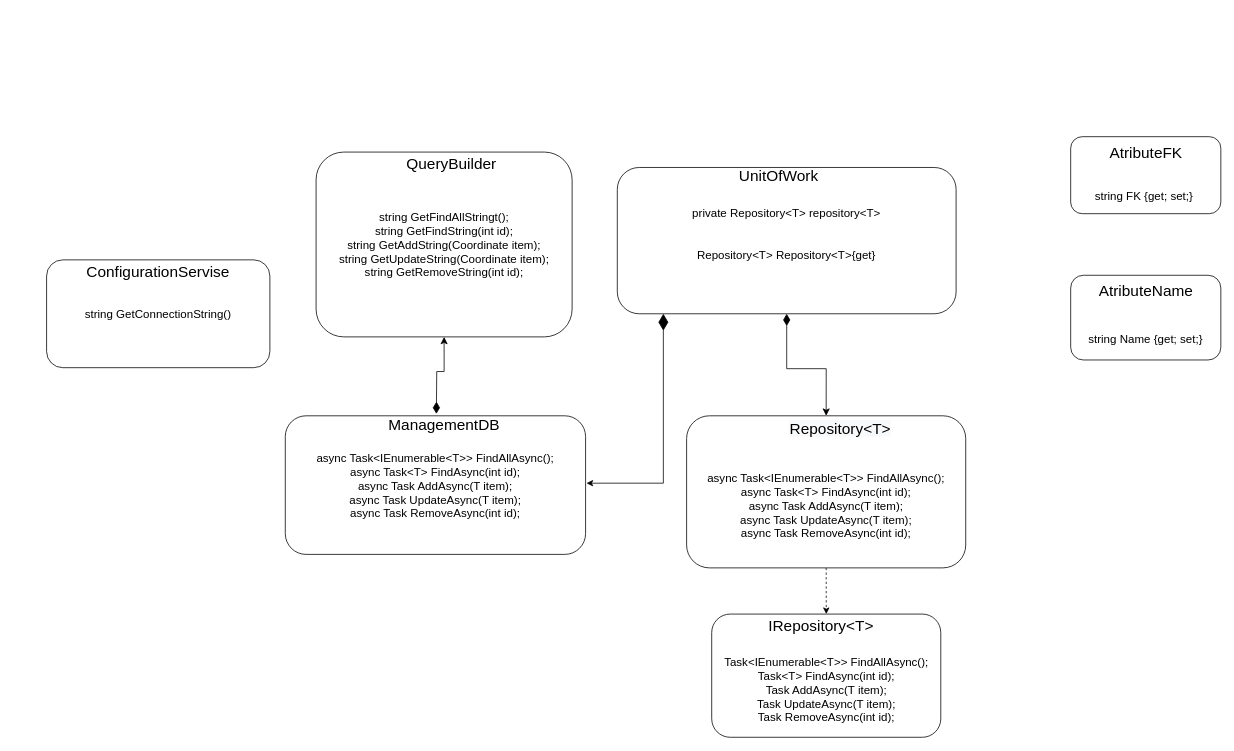
The draw.io diagram Untitled Diagram.drawio in kra5alllez/website, before the edit. Source tidied: cells renumbered, new cells numbered last; positions are measured from the earlier drawing's top-left corner, leaving out a move shared by most shapes. Both pictures are drawn from the tidied source at 77%, with x=0, y=0 at pixel (46, 136).
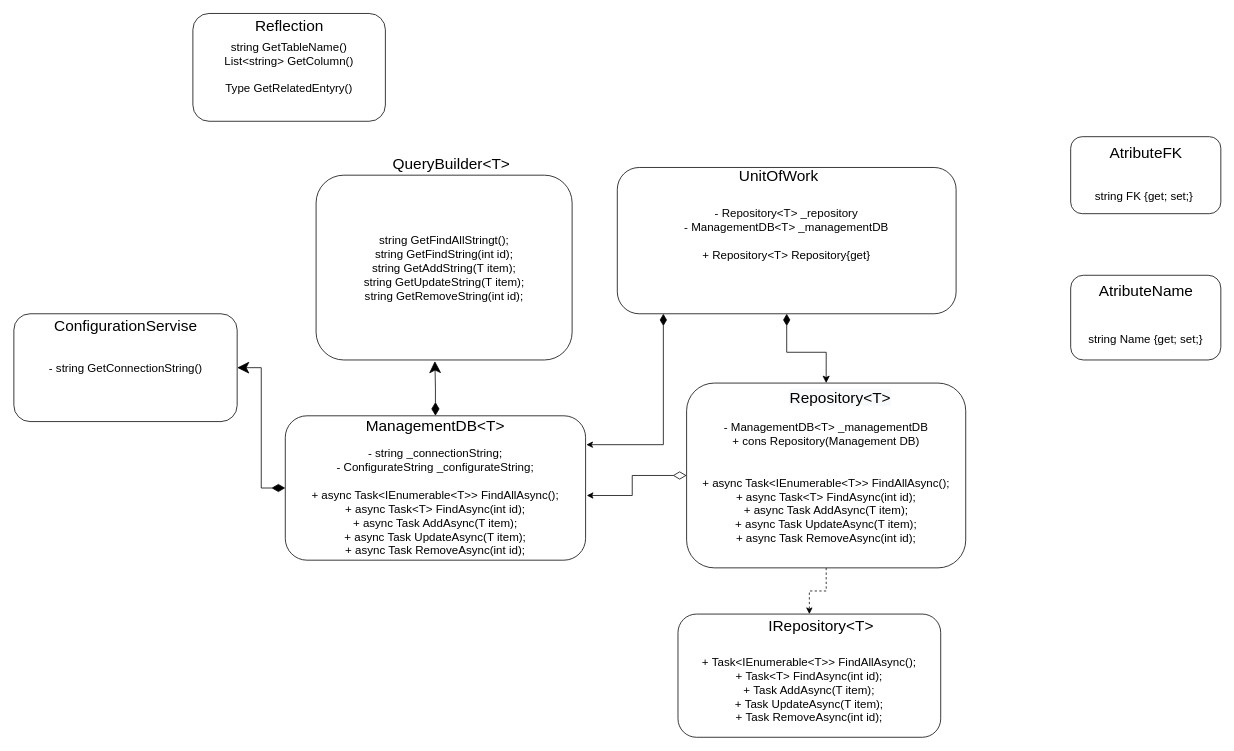
The same diagram, later.

Diff of the diagram source:
```diff
@@
-    <mxCell id="3" value="&lt;font style=&quot;font-size: 15px&quot;&gt;private Repository&amp;lt;T&amp;gt; repository&amp;lt;T&amp;gt;&lt;br&gt;&lt;/font&gt;&lt;span style=&quot;font-size: 15px&quot;&gt;&lt;br&gt;&lt;br&gt;&lt;/span&gt;&lt;font style=&quot;font-size: 15px&quot;&gt;Repository&amp;lt;T&amp;gt; Repository&amp;lt;T&amp;gt;{get}&lt;br&gt;&lt;/font&gt;&lt;span style=&quot;font-size: 15px&quot;&gt;&lt;br&gt;&lt;/span&gt;" style="rounded=1;whiteSpace=wrap;html=1;" parent="1" vertex="1">
+    <mxCell id="3" value="&lt;font style=&quot;font-size: 15px&quot;&gt;&lt;font style=&quot;font-size: 15px&quot;&gt;- Repository&amp;lt;T&amp;gt; _repository&lt;br&gt;&lt;/font&gt;- ManagementDB&amp;lt;T&amp;gt; _managementDB&lt;br&gt;&lt;font style=&quot;font-size: 15px&quot;&gt;&lt;br&gt;+ Repository&amp;lt;T&amp;gt; Repository{get}&lt;br&gt;&lt;/font&gt;&lt;/font&gt;&lt;span style=&quot;font-size: 15px&quot;&gt;&lt;br&gt;&lt;/span&gt;" style="rounded=1;whiteSpace=wrap;html=1;" parent="1" vertex="1">
       <mxGeometry x="741.2" y="40" width="440" height="190" as="geometry" />
     </mxCell>
-    <mxCell id="4" value="&lt;div&gt;&lt;div&gt;&lt;span style=&quot;font-size: 15px&quot;&gt;&lt;br&gt;&lt;/span&gt;&lt;/div&gt;&lt;div&gt;&lt;span style=&quot;font-size: 15px&quot;&gt;&lt;br&gt;&lt;/span&gt;&lt;/div&gt;&lt;div&gt;&lt;span style=&quot;font-size: 15px&quot;&gt;Task&amp;lt;IEnumerable&amp;lt;T&amp;gt;&amp;gt; FindAllAsync();&lt;/span&gt;&lt;/div&gt;&lt;div style=&quot;font-size: 15px&quot;&gt;Task&amp;lt;T&amp;gt; FindAsync(int id);&lt;/div&gt;&lt;div style=&quot;font-size: 15px&quot;&gt;Task AddAsync(T item);&lt;/div&gt;&lt;div style=&quot;font-size: 15px&quot;&gt;Task UpdateAsync(T item);&lt;/div&gt;&lt;div style=&quot;font-size: 15px&quot;&gt;Task RemoveAsync(int id);&lt;/div&gt;&lt;/div&gt;" style="rounded=1;whiteSpace=wrap;html=1;" parent="1" vertex="1">
-      <mxGeometry x="863.8" y="620" width="297.5" height="160" as="geometry" />
+    <mxCell id="4" value="&lt;div&gt;&lt;span style=&quot;font-size: 15px&quot;&gt;&lt;br&gt;&lt;/span&gt;&lt;/div&gt;&lt;div&gt;&lt;span style=&quot;font-size: 15px&quot;&gt;&lt;br&gt;&lt;/span&gt;&lt;/div&gt;&lt;div&gt;&lt;span style=&quot;font-size: 15px&quot;&gt;+&amp;nbsp;&lt;/span&gt;&lt;span style=&quot;font-size: 15px&quot;&gt;Task&amp;lt;IEnumerable&amp;lt;T&amp;gt;&amp;gt; FindAllAsync();&lt;/span&gt;&lt;/div&gt;&lt;span style=&quot;font-size: 15px&quot;&gt;+&amp;nbsp;&lt;/span&gt;&lt;span style=&quot;font-size: 15px&quot;&gt;Task&amp;lt;T&amp;gt; FindAsync(int id);&lt;/span&gt;&lt;span style=&quot;font-size: 15px&quot;&gt;&lt;br&gt;&lt;/span&gt;&lt;span style=&quot;font-size: 15px&quot;&gt;+&amp;nbsp;&lt;/span&gt;&lt;span style=&quot;font-size: 15px&quot;&gt;Task AddAsync(T item);&lt;/span&gt;&lt;span style=&quot;font-size: 15px&quot;&gt;&lt;br&gt;&lt;/span&gt;&lt;span style=&quot;font-size: 15px&quot;&gt;+&amp;nbsp;&lt;/span&gt;&lt;span style=&quot;font-size: 15px&quot;&gt;Task UpdateAsync(T item);&lt;/span&gt;&lt;span style=&quot;font-size: 15px&quot;&gt;&lt;br&gt;&lt;/span&gt;&lt;span style=&quot;font-size: 15px&quot;&gt;+&amp;nbsp;&lt;/span&gt;&lt;span style=&quot;font-size: 15px&quot;&gt;Task RemoveAsync(int id);&lt;/span&gt;&lt;span style=&quot;font-size: 15px&quot;&gt;&lt;br&gt;&lt;/span&gt;" style="rounded=1;whiteSpace=wrap;html=1;" parent="1" vertex="1">
+      <mxGeometry x="820" y="620" width="341.2" height="160" as="geometry" />
     </mxCell>
@@
-    <mxCell id="7" value="&lt;span style=&quot;font-size: 15px&quot;&gt;string GetFindAllStringt();&lt;/span&gt;&lt;br style=&quot;font-size: 15px&quot;&gt;&lt;span style=&quot;font-size: 15px&quot;&gt;string&lt;/span&gt;&lt;span style=&quot;font-size: 15px&quot;&gt;&amp;nbsp;GetFindString(int id);&lt;/span&gt;&lt;br style=&quot;font-size: 15px&quot;&gt;&lt;span style=&quot;font-size: 15px&quot;&gt;string GetAddString(&lt;/span&gt;&lt;span style=&quot;font-size: 15px&quot;&gt;Coordinate&lt;/span&gt;&lt;span style=&quot;font-size: 15px&quot;&gt;&amp;nbsp;item);&lt;/span&gt;&lt;br style=&quot;font-size: 15px&quot;&gt;&lt;span style=&quot;font-size: 15px&quot;&gt;string GetUpdateString(&lt;/span&gt;&lt;span style=&quot;font-size: 15px&quot;&gt;Coordinate&lt;/span&gt;&lt;span style=&quot;font-size: 15px&quot;&gt;&amp;nbsp;item);&lt;/span&gt;&lt;br style=&quot;font-size: 15px&quot;&gt;&lt;span style=&quot;font-size: 15px&quot;&gt;string GetRemoveString(int id);&lt;/span&gt;" style="rounded=1;whiteSpace=wrap;html=1;" parent="1" vertex="1">
-      <mxGeometry x="350" y="20" width="332.5" height="240" as="geometry" />
+    <mxCell id="7" value="&lt;span style=&quot;font-size: 15px&quot;&gt;string GetFindAllStringt();&lt;/span&gt;&lt;br style=&quot;font-size: 15px&quot;&gt;&lt;span style=&quot;font-size: 15px&quot;&gt;string&lt;/span&gt;&lt;span style=&quot;font-size: 15px&quot;&gt;&amp;nbsp;GetFindString(int id);&lt;/span&gt;&lt;br style=&quot;font-size: 15px&quot;&gt;&lt;span style=&quot;font-size: 15px&quot;&gt;string GetAddString(&lt;/span&gt;&lt;span style=&quot;font-size: 15px&quot;&gt;T&lt;/span&gt;&lt;span style=&quot;font-size: 15px&quot;&gt;&amp;nbsp;item);&lt;/span&gt;&lt;br style=&quot;font-size: 15px&quot;&gt;&lt;span style=&quot;font-size: 15px&quot;&gt;string GetUpdateString(&lt;/span&gt;&lt;span style=&quot;font-size: 15px&quot;&gt;T&lt;/span&gt;&lt;span style=&quot;font-size: 15px&quot;&gt;&amp;nbsp;item);&lt;/span&gt;&lt;br style=&quot;font-size: 15px&quot;&gt;&lt;span style=&quot;font-size: 15px&quot;&gt;string GetRemoveString(int id);&lt;/span&gt;" style="rounded=1;whiteSpace=wrap;html=1;" parent="1" vertex="1">
+      <mxGeometry x="350" y="50" width="332.5" height="240" as="geometry" />
     </mxCell>
-    <mxCell id="8" style="edgeStyle=orthogonalEdgeStyle;rounded=0;jettySize=auto;html=1;exitX=0.5;exitY=0;exitDx=0;exitDy=0;entryX=0.5;entryY=1;entryDx=0;entryDy=0;endArrow=classic;endFill=1;endSize=7;startArrow=diamondThin;startFill=1;startSize=13;" parent="1" edge="1" target="7">
-      <mxGeometry relative="1" as="geometry">
-        <mxPoint x="506.2" y="360" as="sourcePoint" />
-      </mxGeometry>
-    </mxCell>
-    <mxCell id="9" style="edgeStyle=orthogonalEdgeStyle;rounded=0;jettySize=auto;html=1;exitX=1;exitY=0.5;exitDx=0;exitDy=0;startArrow=classic;startFill=1;endArrow=diamondThin;endFill=1;endSize=19;" parent="1" edge="1" target="3">
+    <mxCell id="9" style="edgeStyle=orthogonalEdgeStyle;rounded=0;jettySize=auto;html=1;startArrow=classic;startFill=1;endArrow=diamondThin;endFill=1;endSize=13;" parent="1" edge="1" target="3">
       <mxGeometry relative="1" as="geometry">
-        <mxPoint x="701.2" y="450" as="sourcePoint" />
+        <mxPoint x="701" y="400" as="sourcePoint" />
         <Array as="points">
-          <mxPoint x="801" y="450" />
+          <mxPoint x="801" y="400" />
         </Array>
       </mxGeometry>
     </mxCell>
+    <mxCell id="22" style="edgeStyle=orthogonalEdgeStyle;rounded=0;jettySize=auto;html=1;exitX=0;exitY=0.5;exitDx=0;exitDy=0;startArrow=diamondThin;startFill=1;endArrow=classic;endFill=1;startSize=15;endSize=13;" parent="1" edge="1" source="10" target="20">
+      <mxGeometry relative="1" as="geometry" />
+    </mxCell>
+    <mxCell id="23" style="edgeStyle=orthogonalEdgeStyle;rounded=0;jettySize=auto;html=1;exitX=0.5;exitY=0;exitDx=0;exitDy=0;entryX=0.464;entryY=1.006;entryDx=0;entryDy=0;entryPerimeter=0;startArrow=diamondThin;startFill=1;endArrow=classic;endFill=1;startSize=15;endSize=13;" parent="1" edge="1" source="10" target="7">
+      <mxGeometry relative="1" as="geometry" />
+    </mxCell>
-    <mxCell id="10" value="&lt;div&gt;&lt;span style=&quot;font-size: 15px&quot;&gt;async Task&amp;lt;IEnumerable&amp;lt;T&amp;gt;&amp;gt; FindAllAsync();&lt;/span&gt;&lt;/div&gt;&lt;font&gt;&lt;div style=&quot;font-size: 15px&quot;&gt;async Task&amp;lt;T&amp;gt; FindAsync(int id);&lt;/div&gt;&lt;div style=&quot;font-size: 15px&quot;&gt;async Task AddAsync(T item);&lt;/div&gt;&lt;div style=&quot;font-size: 15px&quot;&gt;async Task UpdateAsync(T item);&lt;/div&gt;&lt;div style=&quot;font-size: 15px&quot;&gt;async Task RemoveAsync(int id);&lt;/div&gt;&lt;/font&gt;" style="rounded=1;whiteSpace=wrap;html=1;" parent="1" vertex="1">
-      <mxGeometry x="310" y="362.5" width="390" height="180" as="geometry" />
+    <mxCell id="10" value="&lt;span style=&quot;font-size: 15px&quot;&gt;&lt;br&gt;&lt;br&gt;- string _connectionString;&lt;br&gt;- C&lt;/span&gt;&lt;span style=&quot;font-size: 15px&quot;&gt;onfigurateString&lt;/span&gt;&lt;span style=&quot;font-size: 15px&quot;&gt;&amp;nbsp;_configurateString;&lt;br&gt;&lt;br&gt;+&amp;nbsp;&lt;/span&gt;&lt;span style=&quot;font-size: 15px&quot;&gt;async Task&amp;lt;IEnumerable&amp;lt;T&amp;gt;&amp;gt; FindAllAsync();&lt;/span&gt;&lt;span style=&quot;font-size: 15px&quot;&gt;&lt;br&gt;&lt;/span&gt;&lt;font&gt;&lt;span style=&quot;font-size: 15px&quot;&gt;+&amp;nbsp;&lt;/span&gt;&lt;span style=&quot;font-size: 15px&quot;&gt;async Task&amp;lt;T&amp;gt; FindAsync(int id);&lt;/span&gt;&lt;span style=&quot;font-size: 15px&quot;&gt;&lt;br&gt;&lt;/span&gt;&lt;span style=&quot;font-size: 15px&quot;&gt;+&amp;nbsp;&lt;/span&gt;&lt;span style=&quot;font-size: 15px&quot;&gt;async Task AddAsync(T item);&lt;/span&gt;&lt;span style=&quot;font-size: 15px&quot;&gt;&lt;br&gt;&lt;/span&gt;&lt;span style=&quot;font-size: 15px&quot;&gt;+&amp;nbsp;&lt;/span&gt;&lt;span style=&quot;font-size: 15px&quot;&gt;async Task UpdateAsync(T item);&lt;/span&gt;&lt;span style=&quot;font-size: 15px&quot;&gt;&lt;br&gt;&lt;/span&gt;&lt;span style=&quot;font-size: 15px&quot;&gt;+&amp;nbsp;&lt;/span&gt;&lt;span style=&quot;font-size: 15px&quot;&gt;async Task RemoveAsync(int id);&lt;/span&gt;&lt;span style=&quot;font-size: 15px&quot;&gt;&lt;br&gt;&lt;/span&gt;&lt;/font&gt;" style="rounded=1;whiteSpace=wrap;html=1;" parent="1" vertex="1">
+      <mxGeometry x="310" y="362.5" width="390" height="187.5" as="geometry" />
     </mxCell>
@@
+    <mxCell id="24" style="edgeStyle=orthogonalEdgeStyle;rounded=0;jettySize=auto;html=1;exitX=0;exitY=0.5;exitDx=0;exitDy=0;entryX=1.004;entryY=0.552;entryDx=0;entryDy=0;entryPerimeter=0;startArrow=diamondThin;startFill=0;startSize=15;" parent="1" edge="1" source="12" target="10">
+      <mxGeometry relative="1" as="geometry" />
+    </mxCell>
-    <mxCell id="12" value="&lt;div&gt;&lt;span style=&quot;font-size: 15px&quot;&gt;&lt;br&gt;&lt;/span&gt;&lt;/div&gt;&lt;div&gt;&lt;span style=&quot;font-size: 15px&quot;&gt;&lt;br&gt;&lt;/span&gt;&lt;/div&gt;&lt;div&gt;&lt;span style=&quot;font-size: 15px&quot;&gt;async Task&amp;lt;IEnumerable&amp;lt;T&amp;gt;&amp;gt; FindAllAsync();&lt;/span&gt;&lt;/div&gt;&lt;div style=&quot;font-size: 15px&quot;&gt;async Task&amp;lt;T&amp;gt; FindAsync(int id);&lt;/div&gt;&lt;div style=&quot;font-size: 15px&quot;&gt;async Task AddAsync(T item);&lt;/div&gt;&lt;div style=&quot;font-size: 15px&quot;&gt;async Task UpdateAsync(T item);&lt;/div&gt;&lt;div style=&quot;font-size: 15px&quot;&gt;async Task RemoveAsync(int id);&lt;/div&gt;" style="rounded=1;whiteSpace=wrap;html=1;" parent="1" vertex="1">
-      <mxGeometry x="831.2" y="362.5" width="362.5" height="197.5" as="geometry" />
+    <mxCell id="12" value="&lt;div&gt;&lt;span style=&quot;font-size: 15px&quot;&gt;&lt;br&gt;&lt;/span&gt;&lt;/div&gt;&lt;div&gt;&lt;span style=&quot;font-size: 15px&quot;&gt;- ManagementDB&amp;lt;T&amp;gt; _managementDB&lt;/span&gt;&lt;span style=&quot;font-size: 15px&quot;&gt;&lt;br&gt;&lt;/span&gt;&lt;/div&gt;&lt;div&gt;&lt;span style=&quot;font-size: 15px&quot;&gt;+ cons Repository(Management DB)&lt;/span&gt;&lt;/div&gt;&lt;div&gt;&lt;span style=&quot;font-size: 15px&quot;&gt;&lt;br&gt;&lt;/span&gt;&lt;/div&gt;&lt;div&gt;&lt;span style=&quot;font-size: 15px&quot;&gt;&lt;br&gt;&lt;/span&gt;&lt;/div&gt;&lt;div&gt;&lt;span style=&quot;font-size: 15px&quot;&gt;+ async Task&amp;lt;IEnumerable&amp;lt;T&amp;gt;&amp;gt; FindAllAsync();&lt;/span&gt;&lt;/div&gt;&lt;div style=&quot;font-size: 15px&quot;&gt;+ async Task&amp;lt;T&amp;gt; FindAsync(int id);&lt;/div&gt;&lt;span style=&quot;font-size: 15px&quot;&gt;+&amp;nbsp;&lt;/span&gt;&lt;span style=&quot;font-size: 15px&quot;&gt;async Task AddAsync(T item);&lt;/span&gt;&lt;span style=&quot;font-size: 15px&quot;&gt;&lt;br&gt;&lt;/span&gt;&lt;span style=&quot;font-size: 15px&quot;&gt;+&amp;nbsp;&lt;/span&gt;&lt;span style=&quot;font-size: 15px&quot;&gt;async Task UpdateAsync(T item);&lt;/span&gt;&lt;span style=&quot;font-size: 15px&quot;&gt;&lt;br&gt;&lt;/span&gt;&lt;span style=&quot;font-size: 15px&quot;&gt;+&amp;nbsp;&lt;/span&gt;&lt;span style=&quot;font-size: 15px&quot;&gt;async Task RemoveAsync(int id);&lt;/span&gt;&lt;span style=&quot;font-size: 15px&quot;&gt;&lt;br&gt;&lt;/span&gt;" style="rounded=1;whiteSpace=wrap;html=1;" parent="1" vertex="1">
+      <mxGeometry x="831.2" y="320" width="362.5" height="240" as="geometry" />
     </mxCell>
     <mxCell id="13" value="&lt;span style=&quot;color: rgb(0 , 0 , 0) ; font-family: &amp;#34;helvetica&amp;#34; ; font-size: 20px ; font-style: normal ; font-weight: 400 ; letter-spacing: normal ; text-indent: 0px ; text-transform: none ; word-spacing: 0px ; background-color: rgb(248 , 249 , 250) ; display: inline ; float: none&quot;&gt;Repository&amp;lt;T&amp;gt;&lt;/span&gt;" style="text;whiteSpace=wrap;html=1;align=center;" parent="1" vertex="1">
-      <mxGeometry x="951.2" y="360" width="160" height="30" as="geometry" />
+      <mxGeometry x="951.2" y="320" width="160" height="30" as="geometry" />
     </mxCell>
-    <mxCell id="14" value="&lt;font style=&quot;font-size: 20px&quot;&gt;QueryBuilder&lt;/font&gt;" style="text;html=1;strokeColor=none;fillColor=none;align=center;verticalAlign=middle;whiteSpace=wrap;rounded=0;" parent="1" vertex="1">
+    <mxCell id="14" value="&lt;font style=&quot;font-size: 20px&quot;&gt;QueryBuilder&amp;lt;T&amp;gt;&lt;/font&gt;" style="text;html=1;strokeColor=none;fillColor=none;align=center;verticalAlign=middle;whiteSpace=wrap;rounded=0;" parent="1" vertex="1">
       <mxGeometry x="441.2" y="20" width="170" height="30" as="geometry" />
     </mxCell>
-    <mxCell id="15" value="&lt;font style=&quot;font-size: 20px&quot;&gt;ManagementDB&lt;/font&gt;" style="text;html=1;strokeColor=none;fillColor=none;align=center;verticalAlign=middle;whiteSpace=wrap;rounded=0;" parent="1" vertex="1">
-      <mxGeometry x="451.8" y="360" width="129" height="25" as="geometry" />
+    <mxCell id="15" value="&lt;font style=&quot;font-size: 20px&quot;&gt;ManagementDB&amp;lt;T&amp;gt;&lt;/font&gt;" style="text;html=1;strokeColor=none;fillColor=none;align=center;verticalAlign=middle;whiteSpace=wrap;rounded=0;" parent="1" vertex="1">
+      <mxGeometry x="410.9" y="362.5" width="188.2" height="25" as="geometry" />
     </mxCell>
@@
-    <mxCell id="20" value="&lt;font style=&quot;font-size: 15px&quot;&gt;string GetConnectionString()&lt;/font&gt;" style="rounded=1;whiteSpace=wrap;html=1;" parent="1" vertex="1">
-      <mxGeometry y="160" width="290" height="140" as="geometry" />
+    <mxCell id="20" value="&lt;font style=&quot;font-size: 15px&quot;&gt;- string GetConnectionString()&lt;/font&gt;" style="rounded=1;whiteSpace=wrap;html=1;" parent="1" vertex="1">
+      <mxGeometry x="-42.5" y="230" width="290" height="140" as="geometry" />
     </mxCell>
     <mxCell id="21" value="&lt;font style=&quot;font-size: 20px&quot;&gt;ConfigurationServise&lt;/font&gt;" style="text;html=1;strokeColor=none;fillColor=none;align=center;verticalAlign=middle;whiteSpace=wrap;rounded=0;" parent="1" vertex="1">
-      <mxGeometry x="45" y="160" width="200" height="30" as="geometry" />
+      <mxGeometry x="2.5" y="230" width="200" height="30" as="geometry" />
     </mxCell>
+    <mxCell id="25" value="&lt;font style=&quot;font-size: 15px&quot;&gt;string GetTableName()&lt;br&gt;List&amp;lt;string&amp;gt; GetColumn()&lt;br&gt;&lt;br&gt;Type GetRelatedEntyry()&lt;/font&gt;" style="rounded=1;whiteSpace=wrap;html=1;" parent="1" vertex="1">
+      <mxGeometry x="190" y="-160" width="250" height="140" as="geometry" />
+    </mxCell>
+    <mxCell id="26" value="&lt;font style=&quot;font-size: 20px&quot;&gt;Reflection&lt;/font&gt;" style="text;html=1;strokeColor=none;fillColor=none;align=center;verticalAlign=middle;whiteSpace=wrap;rounded=0;" parent="1" vertex="1">
+      <mxGeometry x="247.5" y="-160" width="135" height="30" as="geometry" />
+    </mxCell>
```
